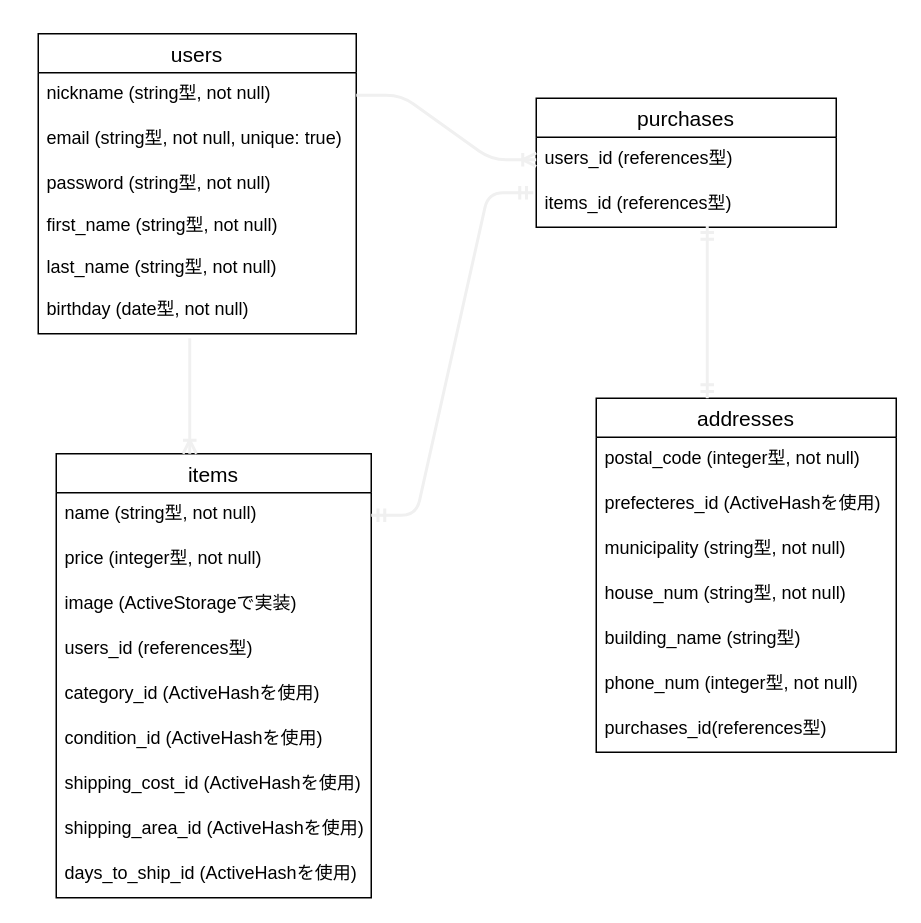
Before: furima.dio in DanInamori/furima-33020, a draw.io diagram. Source tidied: cells renumbered, new cells numbered last; positions are measured from the earlier drawing's top-left corner, leaving out a move shared by most shapes. Both pictures are drawn from the tidied source at 150%, with x=0, y=0 at pixel (38, 33).
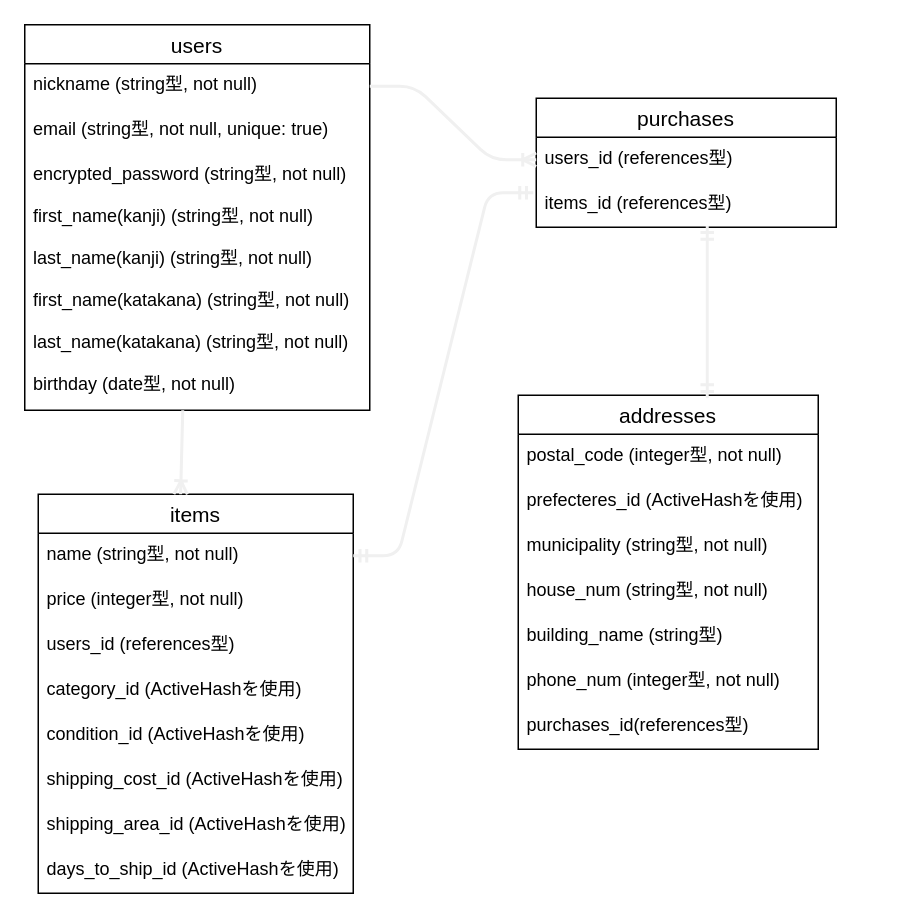
The same diagram, later.

Commit message (it also covers changes not shown here):
データベース設定の変更

The edit, as a diff of the source:
```diff
@@
     <mxCell id="2" value="users" style="swimlane;fontStyle=0;horizontal=1;startSize=26;align=center;fontSize=14;" parent="1" vertex="1">
-      <mxGeometry width="212" height="200" as="geometry" />
+      <mxGeometry x="-9" y="-6" width="230" height="257" as="geometry" />
     </mxCell>
     <mxCell id="3" value="nickname (string型, not null)" style="text;strokeColor=none;fillColor=none;spacingLeft=4;spacingRight=4;overflow=hidden;points=[[0,0.5],[1,0.5]];portConstraint=eastwest;fontSize=12;" parent="2" vertex="1">
-      <mxGeometry y="26" width="212" height="30" as="geometry" />
+      <mxGeometry y="26" width="230" height="30" as="geometry" />
     </mxCell>
     <mxCell id="4" value="email (string型, not null, unique: true)" style="text;strokeColor=none;fillColor=none;spacingLeft=4;spacingRight=4;overflow=hidden;points=[[0,0.5],[1,0.5]];portConstraint=eastwest;fontSize=12;" parent="2" vertex="1">
-      <mxGeometry y="56" width="212" height="30" as="geometry" />
+      <mxGeometry y="56" width="230" height="30" as="geometry" />
     </mxCell>
-    <mxCell id="5" value="password (string型, not null)&#10;&#10;first_name (string型, not null)&#10;&#10;last_name (string型, not null)&#10;&#10;birthday (date型, not null)" style="text;strokeColor=none;fillColor=none;spacingLeft=4;spacingRight=4;overflow=hidden;points=[[0,0.5],[1,0.5]];portConstraint=eastwest;fontSize=12;" parent="2" vertex="1">
-      <mxGeometry y="86" width="212" height="114" as="geometry" />
+    <mxCell id="5" value="encrypted_password (string型, not null)&#10;&#10;first_name(kanji) (string型, not null)&#10;&#10;last_name(kanji) (string型, not null)&#10;&#10;first_name(katakana) (string型, not null)&#10;&#10;last_name(katakana) (string型, not null)&#10;&#10;birthday (date型, not null)" style="text;strokeColor=none;fillColor=none;spacingLeft=4;spacingRight=4;overflow=hidden;points=[[0,0.5],[1,0.5]];portConstraint=eastwest;fontSize=12;" parent="2" vertex="1">
+      <mxGeometry y="86" width="230" height="171" as="geometry" />
     </mxCell>
@@
     <mxCell id="10" value="items" style="swimlane;fontStyle=0;horizontal=1;startSize=26;align=center;fontSize=14;" parent="1" vertex="1">
-      <mxGeometry x="12" y="280" width="210" height="296" as="geometry" />
+      <mxGeometry y="307" width="210" height="266" as="geometry" />
     </mxCell>
@@
-    <mxCell id="13" value="image (ActiveStorageで実装)" style="text;strokeColor=none;fillColor=none;spacingLeft=4;spacingRight=4;overflow=hidden;fontSize=12;" parent="10" vertex="1">
-      <mxGeometry y="86" width="210" height="30" as="geometry" />
-    </mxCell>
     <mxCell id="14" value="users_id (references型)" style="text;strokeColor=none;fillColor=none;spacingLeft=4;spacingRight=4;overflow=hidden;fontSize=12;" parent="10" vertex="1">
-      <mxGeometry y="116" width="210" height="30" as="geometry" />
+      <mxGeometry y="86" width="210" height="30" as="geometry" />
     </mxCell>
     <mxCell id="15" value="category_id (ActiveHashを使用)" style="text;strokeColor=none;fillColor=none;spacingLeft=4;spacingRight=4;overflow=hidden;fontSize=12;" parent="10" vertex="1">
-      <mxGeometry y="146" width="210" height="30" as="geometry" />
+      <mxGeometry y="116" width="210" height="30" as="geometry" />
     </mxCell>
     <mxCell id="16" value="condition_id (ActiveHashを使用)" style="text;strokeColor=none;fillColor=none;spacingLeft=4;spacingRight=4;overflow=hidden;fontSize=12;" parent="10" vertex="1">
-      <mxGeometry y="176" width="210" height="30" as="geometry" />
+      <mxGeometry y="146" width="210" height="30" as="geometry" />
     </mxCell>
     <mxCell id="17" value="shipping_cost_id (ActiveHashを使用)" style="text;strokeColor=none;fillColor=none;spacingLeft=4;spacingRight=4;overflow=hidden;fontSize=12;" parent="10" vertex="1">
-      <mxGeometry y="206" width="210" height="30" as="geometry" />
+      <mxGeometry y="176" width="210" height="30" as="geometry" />
     </mxCell>
     <mxCell id="18" value="shipping_area_id (ActiveHashを使用)" style="text;strokeColor=none;fillColor=none;spacingLeft=4;spacingRight=4;overflow=hidden;fontSize=12;" parent="10" vertex="1">
-      <mxGeometry y="236" width="210" height="30" as="geometry" />
+      <mxGeometry y="206" width="210" height="30" as="geometry" />
     </mxCell>
     <mxCell id="19" value="days_to_ship_id (ActiveHashを使用)" style="text;strokeColor=none;fillColor=none;spacingLeft=4;spacingRight=4;overflow=hidden;fontSize=12;" parent="10" vertex="1">
-      <mxGeometry y="266" width="210" height="30" as="geometry" />
+      <mxGeometry y="236" width="210" height="30" as="geometry" />
     </mxCell>
     <mxCell id="20" value="addresses" style="swimlane;fontStyle=0;horizontal=1;startSize=26;align=center;fontSize=14;" parent="1" vertex="1">
-      <mxGeometry x="372" y="243" width="200" height="236" as="geometry" />
+      <mxGeometry x="320" y="241" width="200" height="236" as="geometry" />
     </mxCell>
@@
-    <mxCell id="30" style="fontSize=12;html=1;endArrow=ERoneToMany;strokeColor=#f0f0f0;strokeWidth=2;" parent="1" edge="1">
-      <mxGeometry relative="1" as="geometry">
-        <mxPoint x="101" y="203" as="sourcePoint" />
-        <mxPoint x="101" y="280" as="targetPoint" />
-      </mxGeometry>
+    <mxCell id="30" style="fontSize=12;html=1;endArrow=ERoneToMany;strokeColor=#f0f0f0;strokeWidth=2;entryX=0.452;entryY=0;entryDx=0;entryDy=0;entryPerimeter=0;exitX=0.458;exitY=1;exitDx=0;exitDy=0;exitPerimeter=0;" parent="1" edge="1" source="5" target="10">
+      <mxGeometry relative="1" as="geometry" />
     </mxCell>
```
